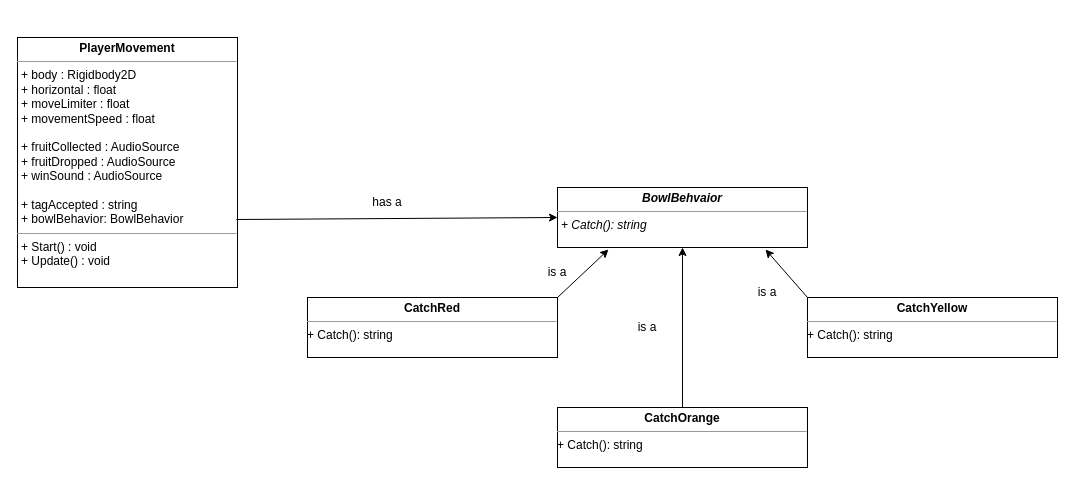
Before: Assignment2.drawio in abreuker/CIS450, a draw.io diagram. Source tidied: cells renumbered, new cells numbered last; positions are measured from the earlier drawing's top-left corner, leaving out a move shared by most shapes. Both pictures are drawn from the tidied source at 100%, with x=0, y=0 at pixel (17, 37).
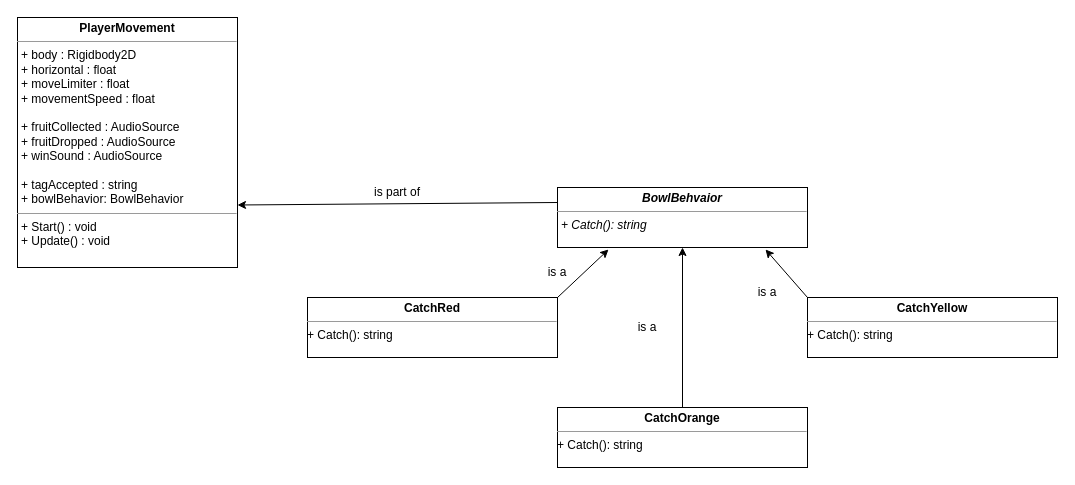
After the change.

Change to the diagram source:
```diff
@@
 <mxGraphModel>
   <root>
     <mxCell id="0" />
     <mxCell id="1" parent="0" />
     <mxCell id="2" value="&lt;p style=&quot;margin:0px;margin-top:4px;text-align:center;&quot;&gt;&lt;i&gt;&lt;b&gt;BowlBehvaior&lt;/b&gt;&lt;/i&gt;&lt;b&gt;&lt;br&gt;&lt;/b&gt;&lt;/p&gt;&lt;hr size=&quot;1&quot;&gt;&lt;p style=&quot;margin:0px;margin-left:4px;&quot;&gt;&lt;i&gt;+ Catch(): string&lt;br&gt;&lt;/i&gt;&lt;/p&gt;" style="verticalAlign=top;align=left;overflow=fill;fontSize=12;fontFamily=Helvetica;html=1;" parent="1" vertex="1">
       <mxGeometry x="540" y="150" width="250" height="60" as="geometry" />
     </mxCell>
     <mxCell id="3" value="&lt;p style=&quot;margin:0px;margin-top:4px;text-align:center;&quot;&gt;&lt;b&gt;CatchRed&lt;/b&gt;&lt;/p&gt;&lt;hr size=&quot;1&quot;&gt;+ Catch(): string" style="verticalAlign=top;align=left;overflow=fill;fontSize=12;fontFamily=Helvetica;html=1;" parent="1" vertex="1">
       <mxGeometry x="290" y="260" width="250" height="60" as="geometry" />
     </mxCell>
     <mxCell id="4" value="&lt;p style=&quot;margin:0px;margin-top:4px;text-align:center;&quot;&gt;&lt;b&gt;CatchYellow&lt;/b&gt;&lt;/p&gt;&lt;hr size=&quot;1&quot;&gt;+ Catch(): string" style="verticalAlign=top;align=left;overflow=fill;fontSize=12;fontFamily=Helvetica;html=1;" parent="1" vertex="1">
       <mxGeometry x="790" y="260" width="250" height="60" as="geometry" />
     </mxCell>
     <mxCell id="5" value="&lt;p style=&quot;margin:0px;margin-top:4px;text-align:center;&quot;&gt;&lt;b&gt;CatchOrange&lt;/b&gt;&lt;/p&gt;&lt;hr size=&quot;1&quot;&gt;+ Catch(): string" style="verticalAlign=top;align=left;overflow=fill;fontSize=12;fontFamily=Helvetica;html=1;" parent="1" vertex="1">
       <mxGeometry x="540" y="370" width="250" height="60" as="geometry" />
     </mxCell>
     <mxCell id="6" style="endArrow=classic;html=1;rounded=0;exitX=1;exitY=0;exitDx=0;exitDy=0;entryX=0.204;entryY=1.033;entryDx=0;entryDy=0;entryPerimeter=0;" parent="1" edge="1" source="3" target="2">
       <mxGeometry relative="1" as="geometry" />
     </mxCell>
     <mxCell id="7" style="endArrow=classic;html=1;rounded=0;exitX=0.5;exitY=0;exitDx=0;exitDy=0;entryX=0.5;entryY=1;entryDx=0;entryDy=0;" parent="1" edge="1" source="5" target="2">
       <mxGeometry relative="1" as="geometry" />
     </mxCell>
     <mxCell id="8" style="endArrow=classic;html=1;rounded=0;exitX=0;exitY=0;exitDx=0;exitDy=0;entryX=0.832;entryY=1.033;entryDx=0;entryDy=0;entryPerimeter=0;" parent="1" edge="1" source="4" target="2">
       <mxGeometry relative="1" as="geometry" />
     </mxCell>
     <mxCell id="9" value="&lt;p style=&quot;margin:0px;margin-top:4px;text-align:center;&quot;&gt;&lt;b&gt;PlayerMovement&lt;/b&gt;&lt;br&gt;&lt;/p&gt;&lt;hr size=&quot;1&quot;&gt;&lt;p style=&quot;margin:0px;margin-left:4px;&quot;&gt;+ body : Rigidbody2D&lt;/p&gt;&lt;p style=&quot;margin:0px;margin-left:4px;&quot;&gt;+ horizontal : float&lt;/p&gt;&lt;p style=&quot;margin:0px;margin-left:4px;&quot;&gt;+ moveLimiter : float&lt;/p&gt;&lt;p style=&quot;margin:0px;margin-left:4px;&quot;&gt;+ movementSpeed : float&lt;/p&gt;&lt;p style=&quot;margin:0px;margin-left:4px;&quot;&gt;&lt;br&gt;&lt;/p&gt;&lt;p style=&quot;margin:0px;margin-left:4px;&quot;&gt;+ fruitCollected : AudioSource&lt;/p&gt;&lt;p style=&quot;margin:0px;margin-left:4px;&quot;&gt;+ fruitDropped : AudioSource&lt;/p&gt;&lt;p style=&quot;margin:0px;margin-left:4px;&quot;&gt;+ winSound : AudioSource&lt;br&gt;&lt;/p&gt;&lt;p style=&quot;margin:0px;margin-left:4px;&quot;&gt;&lt;br&gt;&lt;/p&gt;&lt;p style=&quot;margin:0px;margin-left:4px;&quot;&gt;+ tagAccepted : string&lt;br&gt;&lt;/p&gt;&lt;p style=&quot;margin:0px;margin-left:4px;&quot;&gt;+ bowlBehavior: BowlBehavior&lt;/p&gt;&lt;p style=&quot;margin:0px;margin-left:4px;&quot;&gt;&lt;/p&gt;&lt;hr size=&quot;1&quot;&gt;&lt;p style=&quot;margin:0px;margin-left:4px;&quot;&gt;+ Start() : void&lt;/p&gt;&lt;p style=&quot;margin:0px;margin-left:4px;&quot;&gt;+ Update() : void&lt;br&gt;&lt;/p&gt;" style="verticalAlign=top;align=left;overflow=fill;fontSize=12;fontFamily=Helvetica;html=1;" parent="1" vertex="1">
-      <mxGeometry width="220" height="250" as="geometry" />
+      <mxGeometry y="-20" width="220" height="250" as="geometry" />
     </mxCell>
-    <mxCell id="10" style="endArrow=classic;html=1;rounded=0;exitX=0.995;exitY=0.728;exitDx=0;exitDy=0;exitPerimeter=0;entryX=0;entryY=0.5;entryDx=0;entryDy=0;" parent="1" edge="1" source="9" target="2">
+    <mxCell id="10" style="endArrow=classic;html=1;rounded=0;exitX=0;exitY=0.25;exitDx=0;exitDy=0;entryX=1;entryY=0.75;entryDx=0;entryDy=0;" parent="1" edge="1" source="2" target="9">
       <mxGeometry relative="1" as="geometry" />
     </mxCell>
-    <mxCell id="11" value="has a" style="text;html=1;strokeColor=none;fillColor=none;align=center;verticalAlign=middle;whiteSpace=wrap;rounded=0;" parent="1" vertex="1">
-      <mxGeometry x="340" y="150" width="60" height="30" as="geometry" />
+    <mxCell id="11" value="is part of" style="text;html=1;strokeColor=none;fillColor=none;align=center;verticalAlign=middle;whiteSpace=wrap;rounded=0;" parent="1" vertex="1">
+      <mxGeometry x="350" y="140" width="60" height="30" as="geometry" />
     </mxCell>
     <mxCell id="12" value="is a" style="text;html=1;strokeColor=none;fillColor=none;align=center;verticalAlign=middle;whiteSpace=wrap;rounded=0;" parent="1" vertex="1">
       <mxGeometry x="510" y="220" width="60" height="30" as="geometry" />
     </mxCell>
     <mxCell id="13" value="is a" style="text;html=1;strokeColor=none;fillColor=none;align=center;verticalAlign=middle;whiteSpace=wrap;rounded=0;" parent="1" vertex="1">
       <mxGeometry x="600" y="275" width="60" height="30" as="geometry" />
     </mxCell>
     <mxCell id="14" value="is a" style="text;html=1;strokeColor=none;fillColor=none;align=center;verticalAlign=middle;whiteSpace=wrap;rounded=0;" parent="1" vertex="1">
       <mxGeometry x="720" y="240" width="60" height="30" as="geometry" />
     </mxCell>
   </root>
 </mxGraphModel>
```
